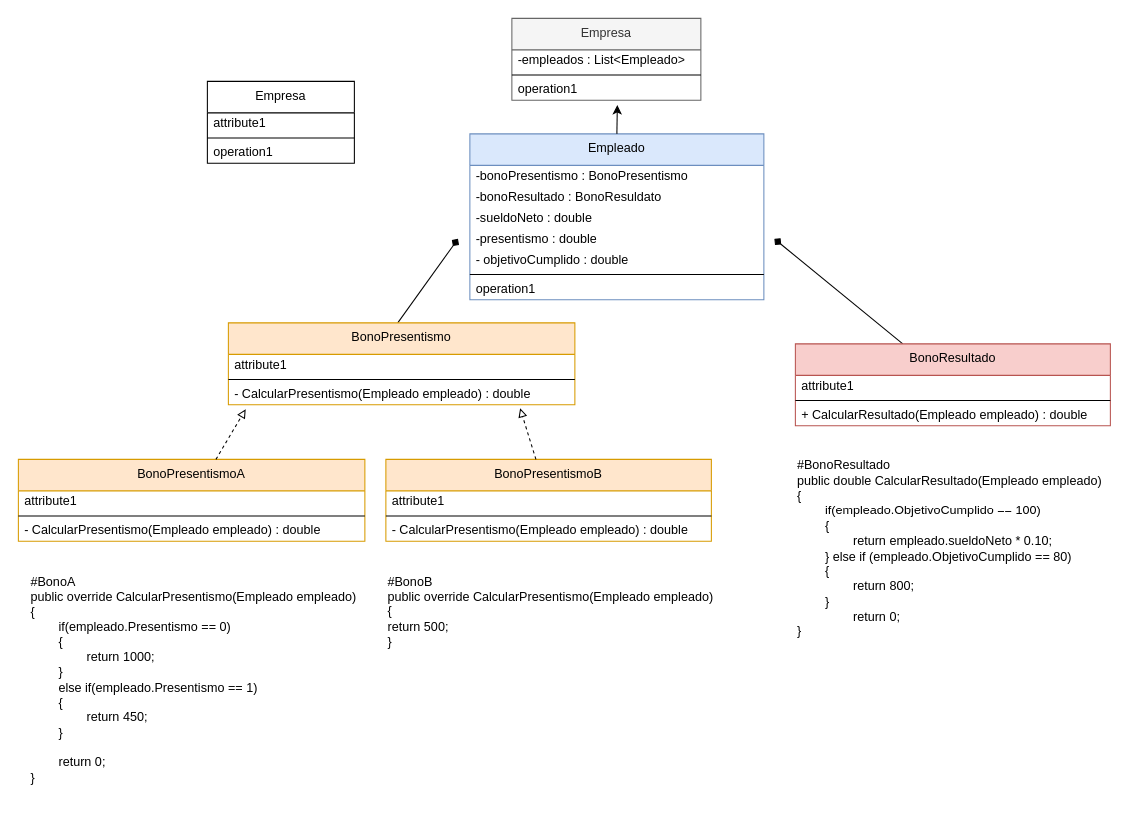
EdgarSteinberg/programacion-2-repaso keeps this draw.io diagram as clase_16/diagrama/sueldos.dio. Above is the earlier version. Source tidied: cells renumbered, new cells numbered last; positions are measured from the earlier drawing's top-left corner, leaving out a move shared by most shapes. Both pictures are drawn from the tidied source at 105%, with x=0, y=0 at pixel (18, 18).
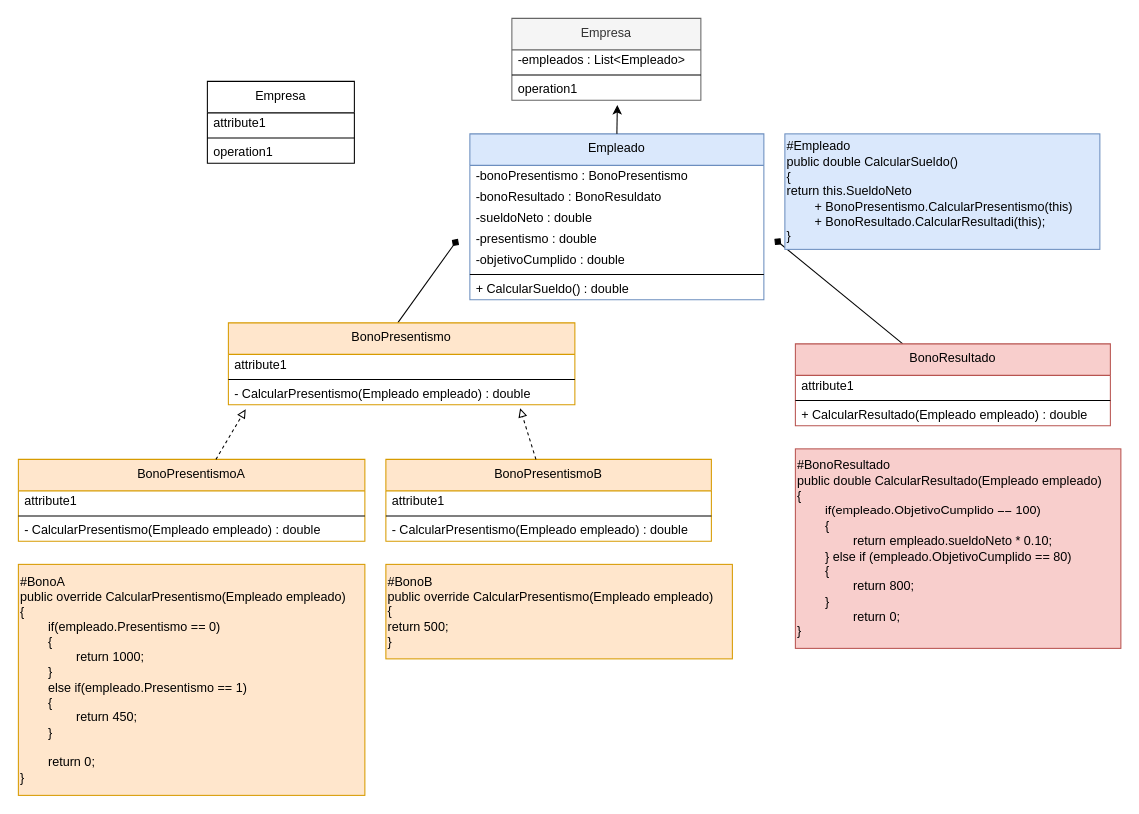
Above is the later version.

Commit message (it also covers changes not shown here):
codigo ejercicio sueldos

The change refers to these unchanged cells:
```xml
<mxCell id="10" value="Empleado" style="swimlane;fontStyle=0;align=center;verticalAlign=top;horizontal=1;startSize=30;html=1;whiteSpace=wrap;fillColor=#dae8fc;strokeColor=#6c8ebf;" parent="1" vertex="1">
  <mxGeometry x="430" y="110" width="280" height="158" as="geometry" />
</mxCell>
```

Diff of the diagram source:
```diff
@@
-    <mxCell id="15" value="- objetivoCumplido : double" style="text;html=1;strokeColor=none;fillColor=none;align=left;verticalAlign=middle;spacingLeft=4;spacingRight=4;overflow=hidden;whiteSpace=wrap;" parent="10" vertex="1">
+    <mxCell id="15" value="-objetivoCumplido : double" style="text;html=1;strokeColor=none;fillColor=none;align=left;verticalAlign=middle;spacingLeft=4;spacingRight=4;overflow=hidden;whiteSpace=wrap;" parent="10" vertex="1">
       <mxGeometry y="110" width="280" height="20" as="geometry" />
     </mxCell>
@@
-    <mxCell id="17" value="operation1" style="text;html=1;strokeColor=none;fillColor=none;align=left;verticalAlign=middle;spacingLeft=4;spacingRight=4;overflow=hidden;whiteSpace=wrap;" parent="10" vertex="1">
+    <mxCell id="17" value="+ CalcularSueldo() : double" style="text;html=1;strokeColor=none;fillColor=none;align=left;verticalAlign=middle;spacingLeft=4;spacingRight=4;overflow=hidden;whiteSpace=wrap;" parent="10" vertex="1">
       <mxGeometry y="138" width="280" height="20" as="geometry" />
     </mxCell>
@@
-    <mxCell id="39" value="#BonoA&lt;div&gt;public override CalcularPresentismo(Empleado empleado)&lt;/div&gt;&lt;div&gt;{&lt;/div&gt;&lt;div&gt;&lt;span style=&quot;white-space: pre;&quot;&gt;&#9;&lt;/span&gt;if(empleado.Presentismo == 0)&lt;/div&gt;&lt;div&gt;&lt;span style=&quot;white-space: pre;&quot;&gt;&#9;&lt;/span&gt;{&lt;/div&gt;&lt;div&gt;&lt;span style=&quot;white-space: pre;&quot;&gt;&#9;&lt;/span&gt;&lt;span style=&quot;white-space: pre;&quot;&gt;&#9;&lt;/span&gt;return 1000;&lt;/div&gt;&lt;div&gt;&lt;span style=&quot;white-space: pre;&quot;&gt;&#9;&lt;/span&gt;}&lt;/div&gt;&lt;div&gt;&lt;span style=&quot;white-space: pre;&quot;&gt;&#9;&lt;/span&gt;else if(empleado.Presentismo == 1)&lt;/div&gt;&lt;div&gt;&lt;span style=&quot;white-space: pre;&quot;&gt;&#9;&lt;/span&gt;{&lt;/div&gt;&lt;div&gt;&lt;span style=&quot;white-space: pre;&quot;&gt;&#9;&lt;/span&gt;&lt;span style=&quot;white-space: pre;&quot;&gt;&#9;&lt;/span&gt;return 450;&lt;/div&gt;&lt;div&gt;&lt;span style=&quot;white-space: pre;&quot;&gt;&#9;&lt;/span&gt;}&lt;/div&gt;&lt;div&gt;&lt;br&gt;&lt;/div&gt;&lt;div&gt;&lt;span style=&quot;white-space: pre;&quot;&gt;&#9;&lt;/span&gt;return 0;&lt;/div&gt;&lt;div&gt;}&lt;/div&gt;" style="text;html=1;align=left;verticalAlign=middle;strokeColor=none;fillColor=none;" parent="1" vertex="1">
-      <mxGeometry x="10" y="520" width="330" height="220" as="geometry" />
+    <mxCell id="39" value="#BonoA&lt;div&gt;public override CalcularPresentismo(Empleado empleado)&lt;/div&gt;&lt;div&gt;{&lt;/div&gt;&lt;div&gt;&lt;span style=&quot;white-space: pre;&quot;&gt;&#9;&lt;/span&gt;if(empleado.Presentismo == 0)&lt;/div&gt;&lt;div&gt;&lt;span style=&quot;white-space: pre;&quot;&gt;&#9;&lt;/span&gt;{&lt;/div&gt;&lt;div&gt;&lt;span style=&quot;white-space: pre;&quot;&gt;&#9;&lt;/span&gt;&lt;span style=&quot;white-space: pre;&quot;&gt;&#9;&lt;/span&gt;return 1000;&lt;/div&gt;&lt;div&gt;&lt;span style=&quot;white-space: pre;&quot;&gt;&#9;&lt;/span&gt;}&lt;/div&gt;&lt;div&gt;&lt;span style=&quot;white-space: pre;&quot;&gt;&#9;&lt;/span&gt;else if(empleado.Presentismo == 1)&lt;/div&gt;&lt;div&gt;&lt;span style=&quot;white-space: pre;&quot;&gt;&#9;&lt;/span&gt;{&lt;/div&gt;&lt;div&gt;&lt;span style=&quot;white-space: pre;&quot;&gt;&#9;&lt;/span&gt;&lt;span style=&quot;white-space: pre;&quot;&gt;&#9;&lt;/span&gt;return 450;&lt;/div&gt;&lt;div&gt;&lt;span style=&quot;white-space: pre;&quot;&gt;&#9;&lt;/span&gt;}&lt;/div&gt;&lt;div&gt;&lt;br&gt;&lt;/div&gt;&lt;div&gt;&lt;span style=&quot;white-space: pre;&quot;&gt;&#9;&lt;/span&gt;return 0;&lt;/div&gt;&lt;div&gt;}&lt;/div&gt;" style="text;html=1;align=left;verticalAlign=middle;strokeColor=#d79b00;fillColor=#ffe6cc;" parent="1" vertex="1">
+      <mxGeometry y="520" width="330" height="220" as="geometry" />
     </mxCell>
-    <mxCell id="40" value="#BonoB&lt;div&gt;public override CalcularPresentismo(Empleado empleado)&lt;/div&gt;&lt;div&gt;{&lt;/div&gt;&lt;div&gt;return 500;&lt;/div&gt;&lt;div&gt;}&lt;/div&gt;" style="text;html=1;align=left;verticalAlign=middle;strokeColor=none;fillColor=none;" parent="1" vertex="1">
+    <mxCell id="40" value="#BonoB&lt;div&gt;public override CalcularPresentismo(Empleado empleado)&lt;/div&gt;&lt;div&gt;{&lt;/div&gt;&lt;div&gt;return 500;&lt;/div&gt;&lt;div&gt;}&lt;/div&gt;" style="text;html=1;align=left;verticalAlign=middle;strokeColor=#d79b00;fillColor=#ffe6cc;" parent="1" vertex="1">
       <mxGeometry x="350" y="520" width="330" height="90" as="geometry" />
     </mxCell>
-    <mxCell id="41" value="#BonoResultado&lt;div&gt;public double CalcularResultado(Empleado empleado)&lt;/div&gt;&lt;div&gt;{&lt;/div&gt;&lt;div&gt;&lt;span style=&quot;white-space: pre;&quot;&gt;&#9;&lt;/span&gt;if(empleado.ObjetivoCumplido == 100)&lt;/div&gt;&lt;div&gt;&lt;span style=&quot;white-space: pre;&quot;&gt;&#9;&lt;/span&gt;{&lt;/div&gt;&lt;div&gt;&lt;span style=&quot;white-space: pre;&quot;&gt;&#9;&lt;/span&gt;&lt;span style=&quot;white-space: pre;&quot;&gt;&#9;&lt;/span&gt;return empleado.sueldoNeto * 0.10;&lt;/div&gt;&lt;div&gt;&lt;span style=&quot;white-space: pre;&quot;&gt;&#9;&lt;/span&gt;} else if (empleado.ObjetivoCumplido == 80)&lt;/div&gt;&lt;div&gt;&lt;span style=&quot;white-space: pre;&quot;&gt;&#9;&lt;/span&gt;{&lt;/div&gt;&lt;div&gt;&lt;span style=&quot;white-space: pre;&quot;&gt;&#9;&lt;/span&gt;&lt;span style=&quot;white-space: pre;&quot;&gt;&#9;&lt;/span&gt;return 800;&lt;/div&gt;&lt;div&gt;&lt;span style=&quot;white-space: pre;&quot;&gt;&#9;&lt;/span&gt;}&lt;/div&gt;&lt;div&gt;&lt;span style=&quot;white-space: pre;&quot;&gt;&#9;&lt;/span&gt;&lt;span style=&quot;white-space: pre;&quot;&gt;&#9;&lt;/span&gt;return 0;&lt;/div&gt;&lt;div&gt;}&lt;/div&gt;" style="text;html=1;align=left;verticalAlign=middle;strokeColor=none;fillColor=none;" parent="1" vertex="1">
+    <mxCell id="41" value="#BonoResultado&lt;div&gt;public double CalcularResultado(Empleado empleado)&lt;/div&gt;&lt;div&gt;{&lt;/div&gt;&lt;div&gt;&lt;span style=&quot;white-space: pre;&quot;&gt;&#9;&lt;/span&gt;if(empleado.ObjetivoCumplido == 100)&lt;/div&gt;&lt;div&gt;&lt;span style=&quot;white-space: pre;&quot;&gt;&#9;&lt;/span&gt;{&lt;/div&gt;&lt;div&gt;&lt;span style=&quot;white-space: pre;&quot;&gt;&#9;&lt;/span&gt;&lt;span style=&quot;white-space: pre;&quot;&gt;&#9;&lt;/span&gt;return empleado.sueldoNeto * 0.10;&lt;/div&gt;&lt;div&gt;&lt;span style=&quot;white-space: pre;&quot;&gt;&#9;&lt;/span&gt;} else if (empleado.ObjetivoCumplido == 80)&lt;/div&gt;&lt;div&gt;&lt;span style=&quot;white-space: pre;&quot;&gt;&#9;&lt;/span&gt;{&lt;/div&gt;&lt;div&gt;&lt;span style=&quot;white-space: pre;&quot;&gt;&#9;&lt;/span&gt;&lt;span style=&quot;white-space: pre;&quot;&gt;&#9;&lt;/span&gt;return 800;&lt;/div&gt;&lt;div&gt;&lt;span style=&quot;white-space: pre;&quot;&gt;&#9;&lt;/span&gt;}&lt;/div&gt;&lt;div&gt;&lt;span style=&quot;white-space: pre;&quot;&gt;&#9;&lt;/span&gt;&lt;span style=&quot;white-space: pre;&quot;&gt;&#9;&lt;/span&gt;return 0;&lt;/div&gt;&lt;div&gt;}&lt;/div&gt;" style="text;html=1;align=left;verticalAlign=middle;strokeColor=#b85450;fillColor=#f8cecc;" parent="1" vertex="1">
       <mxGeometry x="740" y="410" width="310" height="190" as="geometry" />
     </mxCell>
+    <mxCell id="42" value="#Empleado&lt;div&gt;public double CalcularSueldo()&amp;nbsp;&lt;/div&gt;&lt;div&gt;{&lt;/div&gt;&lt;div&gt;return this.SueldoNeto&amp;nbsp;&lt;/div&gt;&lt;div&gt;&lt;span style=&quot;white-space: pre;&quot;&gt;&#9;&lt;/span&gt;+ BonoPresentismo.CalcularPresentismo(this)&amp;nbsp;&lt;/div&gt;&lt;div&gt;&lt;span style=&quot;white-space: pre;&quot;&gt;&#9;&lt;/span&gt;+ BonoResultado.CalcularResultadi(this);&lt;/div&gt;&lt;div&gt;}&lt;/div&gt;" style="text;html=1;align=left;verticalAlign=middle;strokeColor=#6c8ebf;fillColor=#dae8fc;" parent="1" vertex="1">
+      <mxGeometry x="730" y="110" width="300" height="110" as="geometry" />
+    </mxCell>
```
